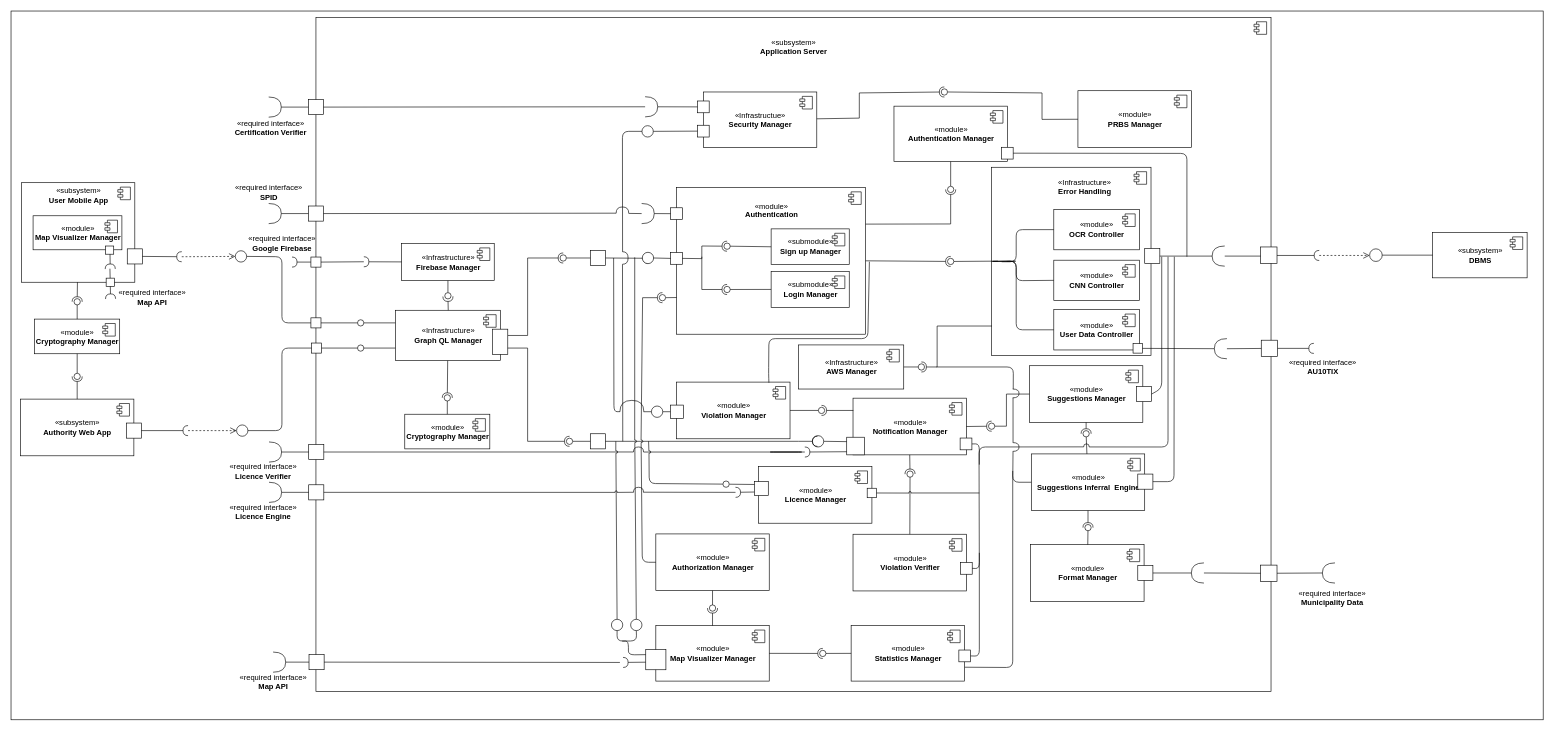
The draw.io diagram DD/Components Diagram.drawio in comidan/SafeStreets, before the edit. Source tidied: cells renumbered, new cells numbered last; positions are measured from the earlier drawing's top-left corner, leaving out a move shared by most shapes. Both pictures are drawn from the tidied source at 63%, with x=0, y=0 at pixel (11, 11).
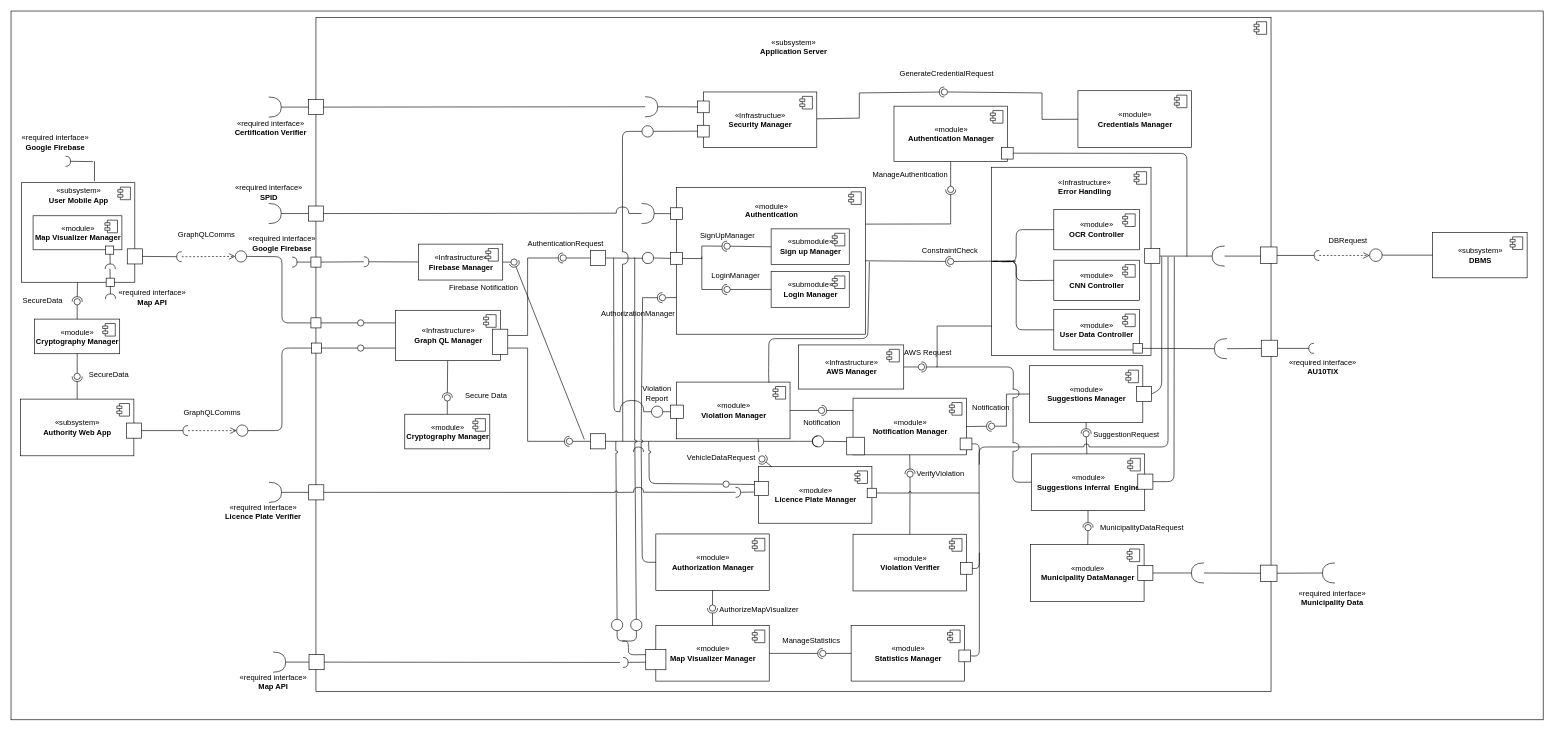
The same page after the edit.

Unchanged cells that the change refers to:
```xml
<mxCell id="3" style="html=1;" parent="1" vertex="1">
  <mxGeometry x="484" y="10" width="1516" height="1070" as="geometry" />
</mxCell>
<mxCell id="32" value="«module»&lt;br&gt;&lt;b&gt;Statistics Manager&lt;/b&gt;" style="html=1;" parent="1" vertex="1">
  <mxGeometry x="1333.5" y="975.6" width="180" height="88" as="geometry" />
</mxCell>
<mxCell id="78" value="«module»&lt;br&gt;&lt;b&gt;Violation Manager&lt;/b&gt;" style="html=1;" parent="1" vertex="1">
  <mxGeometry x="1056.5" y="589" width="180" height="90" as="geometry" />
</mxCell>
<mxCell id="94" style="html=1;" parent="1" vertex="1">
  <mxGeometry x="1056.5" y="280" width="300" height="233" as="geometry" />
</mxCell>
<mxCell id="107" value="«subsystem»&lt;br&gt;&lt;b&gt;User Mobile App&lt;/b&gt;" style="text;html=1;align=center;verticalAlign=middle;points=[];" parent="105" vertex="1">
  <mxGeometry x="40" y="5" width="100" height="30" as="geometry" />
</mxCell>
<mxCell id="216" style="shape=requiredInterface;html=1;verticalLabelPosition=bottom;rotation=-90;" parent="1" vertex="1">
  <mxGeometry x="992" y="688" width="8" height="16" as="geometry" />
</mxCell>
```

What changed in the source:
```diff
@@
     <mxCell id="13" value="«Infrastructure»&lt;br&gt;&lt;b&gt;Firebase Manager&lt;/b&gt;" style="html=1;" parent="3" vertex="1">
-      <mxGeometry x="136" y="359" width="147" height="59" as="geometry" />
+      <mxGeometry x="162.5" y="360" width="134" height="57" as="geometry" />
     </mxCell>
@@
     <mxCell id="16" style="ellipse;whiteSpace=wrap;html=1;fontFamily=Helvetica;fontSize=12;fontColor=#000000;align=center;strokeColor=#000000;fillColor=#ffffff;points=[];" parent="3" vertex="1">
-      <mxGeometry x="204.5" y="437" width="10" height="10" as="geometry" />
+      <mxGeometry x="309.5" y="383.5" width="10" height="10" as="geometry" />
     </mxCell>
@@
-    <mxCell id="22" style="endArrow=none;html=1;exitX=1;exitY=0.75;exitDx=0;exitDy=0;" parent="3" edge="1" source="32">
-      <mxGeometry relative="1" as="geometry">
-        <mxPoint x="1106" y="720" as="targetPoint" />
-        <Array as="points">
-          <mxPoint x="1106" y="1032" />
-        </Array>
-      </mxGeometry>
-    </mxCell>
@@
+    <mxCell id="296" value="Secure Data" style="text;html=1;align=center;verticalAlign=middle;fillColor=none;strokeColor=none;rounded=0;" parent="3" vertex="1">
+      <mxGeometry x="229.5" y="590" width="80" height="20" as="geometry" />
+    </mxCell>
+    <mxCell id="297" value="Firebase Notification" style="text;html=1;align=center;verticalAlign=middle;fillColor=none;strokeColor=none;rounded=0;" parent="3" vertex="1">
+      <mxGeometry x="206" y="419.5" width="120" height="20" as="geometry" />
+    </mxCell>
+    <mxCell id="280" style="rounded=0;orthogonalLoop=1;jettySize=auto;html=1;endArrow=halfCircle;endFill=0;entryX=0.5;entryY=0.5;entryDx=0;entryDy=0;endSize=6;strokeWidth=1;" parent="3" edge="1">
+      <mxGeometry relative="1" as="geometry">
+        <mxPoint x="426" y="670" as="sourcePoint" />
+        <mxPoint x="314.5" y="388.5" as="targetPoint" />
+      </mxGeometry>
+    </mxCell>
+    <mxCell id="298" value="AuthenticationRequest" style="text;html=1;align=center;verticalAlign=middle;fillColor=none;strokeColor=none;rounded=0;" parent="3" vertex="1">
+      <mxGeometry x="326" y="350" width="140" height="20" as="geometry" />
+    </mxCell>
+    <mxCell id="299" value="AuthorizationManager" style="text;html=1;align=center;verticalAlign=middle;fillColor=none;strokeColor=none;rounded=0;" parent="3" vertex="1">
+      <mxGeometry x="446" y="460" width="130" height="20" as="geometry" />
+    </mxCell>
+    <mxCell id="300" value="Violation&lt;br&gt;Report" style="text;html=1;align=center;verticalAlign=middle;fillColor=none;strokeColor=none;rounded=0;" parent="3" vertex="1">
+      <mxGeometry x="511" y="582" width="60" height="30" as="geometry" />
+    </mxCell>
+    <mxCell id="301" style="rounded=0;jettySize=auto;html=1;endArrow=none;endFill=0;exitX=0.718;exitY=1.008;exitDx=0;exitDy=0;exitPerimeter=0;" parent="3" edge="1" source="78">
+      <mxGeometry relative="1" as="geometry">
+        <mxPoint x="703" y="690" as="targetPoint" />
+      </mxGeometry>
+    </mxCell>
+    <mxCell id="302" style="ellipse;whiteSpace=wrap;html=1;fontFamily=Helvetica;fontSize=12;fontColor=#000000;align=center;strokeColor=#000000;fillColor=#ffffff;points=[];" parent="3" vertex="1">
+      <mxGeometry x="703" y="696" width="10" height="10" as="geometry" />
+    </mxCell>
+    <mxCell id="303" value="VehicleDataRequest" style="text;html=1;align=center;verticalAlign=middle;fillColor=none;strokeColor=none;rounded=0;" parent="3" vertex="1">
+      <mxGeometry x="583" y="689" width="120" height="20" as="geometry" />
+    </mxCell>
+    <mxCell id="304" value="Notification" style="text;html=1;align=center;verticalAlign=middle;fillColor=none;strokeColor=none;rounded=0;" parent="3" vertex="1">
+      <mxGeometry x="767.5" y="634" width="70" height="20" as="geometry" />
+    </mxCell>
+    <mxCell id="305" value="VerifyViolation" style="text;html=1;align=center;verticalAlign=middle;fillColor=none;strokeColor=none;rounded=0;" parent="3" vertex="1">
+      <mxGeometry x="946" y="715" width="90" height="20" as="geometry" />
+    </mxCell>
+    <mxCell id="306" value="AuthorizeMapVisualizer" style="text;html=1;align=center;verticalAlign=middle;fillColor=none;strokeColor=none;rounded=0;" parent="3" vertex="1">
+      <mxGeometry x="633" y="930" width="140" height="20" as="geometry" />
+    </mxCell>
+    <mxCell id="307" value="ManageStatistics" style="text;html=1;align=center;verticalAlign=middle;fillColor=none;strokeColor=none;rounded=0;" parent="3" vertex="1">
+      <mxGeometry x="731" y="980" width="110" height="20" as="geometry" />
+    </mxCell>
+    <mxCell id="308" value="AWS Request" style="text;html=1;align=center;verticalAlign=middle;fillColor=none;strokeColor=none;rounded=0;" parent="3" vertex="1">
+      <mxGeometry x="926" y="522" width="90" height="20" as="geometry" />
+    </mxCell>
+    <mxCell id="309" value="Notification" style="text;html=1;align=center;verticalAlign=middle;fillColor=none;strokeColor=none;rounded=0;" parent="3" vertex="1">
+      <mxGeometry x="1036" y="610" width="70" height="20" as="geometry" />
+    </mxCell>
+    <mxCell id="310" value="SuggestionRequest" style="text;html=1;align=center;verticalAlign=middle;fillColor=none;strokeColor=none;rounded=0;" parent="3" vertex="1">
+      <mxGeometry x="1226" y="653" width="120" height="20" as="geometry" />
+    </mxCell>
+    <mxCell id="311" value="MunicipalityDataRequest" style="text;html=1;align=center;verticalAlign=middle;fillColor=none;strokeColor=none;rounded=0;" parent="3" vertex="1">
+      <mxGeometry x="1236" y="800" width="150" height="20" as="geometry" />
+    </mxCell>
+    <mxCell id="312" value="ConstraintCheck" style="text;html=1;align=center;verticalAlign=middle;fillColor=none;strokeColor=none;rounded=0;" parent="3" vertex="1">
+      <mxGeometry x="956" y="360" width="100" height="20" as="geometry" />
+    </mxCell>
+    <mxCell id="313" value="GenerateCredentialRequest" style="text;html=1;align=center;verticalAlign=middle;fillColor=none;strokeColor=none;rounded=0;" parent="3" vertex="1">
+      <mxGeometry x="921" y="80" width="160" height="20" as="geometry" />
+    </mxCell>
+    <mxCell id="314" value="ManageAuthentication" style="text;html=1;align=center;verticalAlign=middle;fillColor=none;strokeColor=none;rounded=0;" parent="3" vertex="1">
+      <mxGeometry x="878" y="240" width="130" height="20" as="geometry" />
+    </mxCell>
@@
-    <mxCell id="51" value="«module»&lt;br&gt;&lt;b&gt;PRBS Manager&lt;/b&gt;" style="html=1;" parent="1" vertex="1">
+    <mxCell id="51" value="«module»&lt;br&gt;&lt;b&gt;Credentials Manager&lt;/b&gt;" style="html=1;" parent="1" vertex="1">
       <mxGeometry x="1693.5" y="126.5" width="180" height="90" as="geometry" />
     </mxCell>
@@
-    <mxCell id="53" value="«module»&lt;br&gt;&lt;b&gt;Format Manager&lt;/b&gt;" style="html=1;" parent="1" vertex="1">
+    <mxCell id="53" value="«module»&lt;br&gt;&lt;b&gt;Municipality DataManager&lt;/b&gt;" style="html=1;" parent="1" vertex="1">
       <mxGeometry x="1618.5" y="847" width="180" height="90" as="geometry" />
     </mxCell>
@@
+    <mxCell id="315" value="SignUpManager" style="text;html=1;align=center;verticalAlign=middle;fillColor=none;strokeColor=none;rounded=0;" parent="94" vertex="1">
+      <mxGeometry x="30" y="66" width="100" height="20" as="geometry" />
+    </mxCell>
+    <mxCell id="316" value="LoginManager" style="text;html=1;align=center;verticalAlign=middle;fillColor=none;strokeColor=none;rounded=0;" parent="94" vertex="1">
+      <mxGeometry x="48.5" y="130" width="90" height="20" as="geometry" />
+    </mxCell>
@@
-    <mxCell id="208" style="whiteSpace=wrap;html=1;" parent="1" vertex="1">
-      <mxGeometry x="472.5" y="688" width="24" height="24" as="geometry" />
-    </mxCell>
-    <mxCell id="209" style="shape=requiredInterface;html=1;verticalLabelPosition=bottom;rotation=0;" parent="1" vertex="1">
-      <mxGeometry x="409.5" y="684" width="20" height="32" as="geometry" />
-    </mxCell>
-    <mxCell id="210" style="endArrow=none;html=1;entryX=1;entryY=0.5;entryDx=0;entryDy=0;entryPerimeter=0;exitX=0;exitY=0.5;exitDx=0;exitDy=0;" parent="1" edge="1" source="208" target="209">
-      <mxGeometry relative="1" as="geometry" />
-    </mxCell>
-    <mxCell id="211" value="«required interface»&lt;br&gt;&lt;b&gt;Licence Verifier&lt;/b&gt;" style="text;html=1;align=center;verticalAlign=middle;" parent="1" vertex="1">
-      <mxGeometry x="340" y="716" width="120" height="30" as="geometry" />
-    </mxCell>
-    <mxCell id="212" style="rounded=0;orthogonalLoop=1;jettySize=auto;html=1;endArrow=halfCircle;endFill=0;endSize=6;strokeWidth=1;exitX=0;exitY=0.75;exitDx=0;exitDy=0;" parent="1" edge="1">
-      <mxGeometry relative="1" as="geometry">
-        <mxPoint x="1326.5" y="699.5" as="sourcePoint" />
-        <mxPoint x="1260" y="700" as="targetPoint" />
-      </mxGeometry>
-    </mxCell>
-    <mxCell id="213" style="endArrow=none;html=1;exitX=-0.003;exitY=0.999;exitDx=0;exitDy=0;exitPerimeter=0;" parent="1" edge="1" source="216">
-      <mxGeometry relative="1" as="geometry">
-        <mxPoint x="1260" y="700" as="targetPoint" />
-        <Array as="points">
-          <mxPoint x="1260" y="700" />
-          <mxPoint x="1200" y="700" />
-        </Array>
-      </mxGeometry>
-    </mxCell>
-    <mxCell id="214" value="«module»&lt;br&gt;&lt;b&gt;Licence Manager&lt;/b&gt;" style="html=1;" parent="1" vertex="1">
+    <mxCell id="214" value="«module»&lt;br&gt;&lt;b&gt;Licence Plate Manager&lt;/b&gt;" style="html=1;" parent="1" vertex="1">
       <mxGeometry x="1186.5" y="723" width="180" height="90" as="geometry" />
     </mxCell>
@@
-    <mxCell id="217" style="endArrow=none;html=1;entryX=0.009;entryY=-0.003;entryDx=0;entryDy=0;entryPerimeter=0;" parent="1" edge="1" source="208" target="216">
-      <mxGeometry relative="1" as="geometry" />
-    </mxCell>
@@
-    <mxCell id="224" value="«required interface»&lt;br&gt;&lt;b&gt;Licence Engine&lt;/b&gt;" style="text;html=1;align=center;verticalAlign=middle;" parent="1" vertex="1">
-      <mxGeometry x="340" y="780" width="120" height="30" as="geometry" />
+    <mxCell id="224" value="«required interface»&lt;br&gt;&lt;b&gt;Licence Plate Verifier&lt;/b&gt;" style="text;html=1;align=center;verticalAlign=middle;" parent="1" vertex="1">
+      <mxGeometry x="330" y="780" width="140" height="30" as="geometry" />
     </mxCell>
@@
-    <mxCell id="280" style="rounded=0;orthogonalLoop=1;jettySize=auto;html=1;endArrow=halfCircle;endFill=0;entryX=0.5;entryY=0.5;entryDx=0;entryDy=0;endSize=6;strokeWidth=1;" parent="1" edge="1">
-      <mxGeometry relative="1" as="geometry">
-        <mxPoint x="694" y="475" as="sourcePoint" />
-        <mxPoint x="693.5" y="453" as="targetPoint" />
-      </mxGeometry>
-    </mxCell>
@@
+    <mxCell id="317" style="endArrow=none;html=1;exitX=1;exitY=0.5;exitDx=0;exitDy=0;entryX=0.76;entryY=-0.25;entryDx=0;entryDy=0;entryPerimeter=0;" parent="1" edge="1" target="107">
+      <mxGeometry relative="1" as="geometry">
+        <mxPoint x="132.5" y="238.5" as="sourcePoint" />
+      </mxGeometry>
+    </mxCell>
+    <mxCell id="318" style="rounded=0;orthogonalLoop=1;jettySize=auto;html=1;endArrow=halfCircle;endFill=0;endSize=6;strokeWidth=1;" parent="1" edge="1">
+      <mxGeometry relative="1" as="geometry">
+        <mxPoint x="130" y="239" as="sourcePoint" />
+        <mxPoint x="86.5" y="238.5" as="targetPoint" />
+      </mxGeometry>
+    </mxCell>
+    <mxCell id="319" value="«required interface»&lt;br&gt;&lt;b&gt;Google Firebase&lt;/b&gt;" style="text;html=1;align=center;verticalAlign=middle;" parent="1" vertex="1">
+      <mxGeometry x="10" y="193.5" width="120" height="30" as="geometry" />
+    </mxCell>
+    <mxCell id="320" value="SecureData" style="text;html=1;align=center;verticalAlign=middle;fillColor=none;strokeColor=none;rounded=0;" parent="1" vertex="1">
+      <mxGeometry x="115" y="567.5" width="80" height="20" as="geometry" />
+    </mxCell>
+    <mxCell id="321" value="SecureData" style="text;html=1;align=center;verticalAlign=middle;fillColor=none;strokeColor=none;rounded=0;" parent="1" vertex="1">
+      <mxGeometry x="10" y="450" width="80" height="20" as="geometry" />
+    </mxCell>
+    <mxCell id="322" value="GraphQLComms" style="text;html=1;align=center;verticalAlign=middle;fillColor=none;strokeColor=none;rounded=0;" parent="1" vertex="1">
+      <mxGeometry x="255" y="344.5" width="110" height="20" as="geometry" />
+    </mxCell>
+    <mxCell id="323" value="GraphQLComms" style="text;html=1;align=center;verticalAlign=middle;fillColor=none;strokeColor=none;rounded=0;" parent="1" vertex="1">
+      <mxGeometry x="264" y="627" width="110" height="20" as="geometry" />
+    </mxCell>
+    <mxCell id="324" style="rounded=0;jettySize=auto;html=1;endArrow=halfCircle;endFill=0;entryX=0.5;entryY=0.5;entryDx=0;entryDy=0;endSize=6;strokeWidth=1;exitX=0.116;exitY=0.001;exitDx=0;exitDy=0;exitPerimeter=0;" parent="1" edge="1" source="214" target="302">
+      <mxGeometry relative="1" as="geometry" />
+    </mxCell>
+    <mxCell id="325" value="DBRequest" style="text;html=1;align=center;verticalAlign=middle;fillColor=none;strokeColor=none;rounded=0;" parent="1" vertex="1">
+      <mxGeometry x="2081.5" y="354.5" width="80" height="20" as="geometry" />
+    </mxCell>
```
